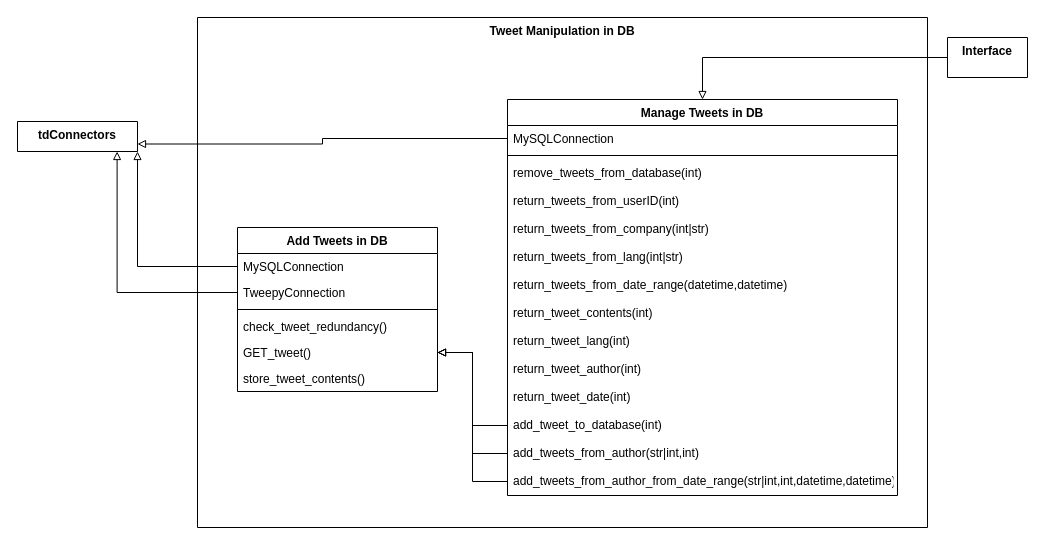
Earlier version of the draw.io diagram page "TweetManipClass" (6 of 11) of uml/architecture.drawio (agarcia169/4306-Donaldson-Project). Source tidied: cells renumbered, new cells numbered last; positions are measured from the earlier drawing's top-left corner, leaving out a move shared by most shapes. Both pictures are drawn from the tidied source at 100%, with x=0, y=0 at pixel (17, 17).
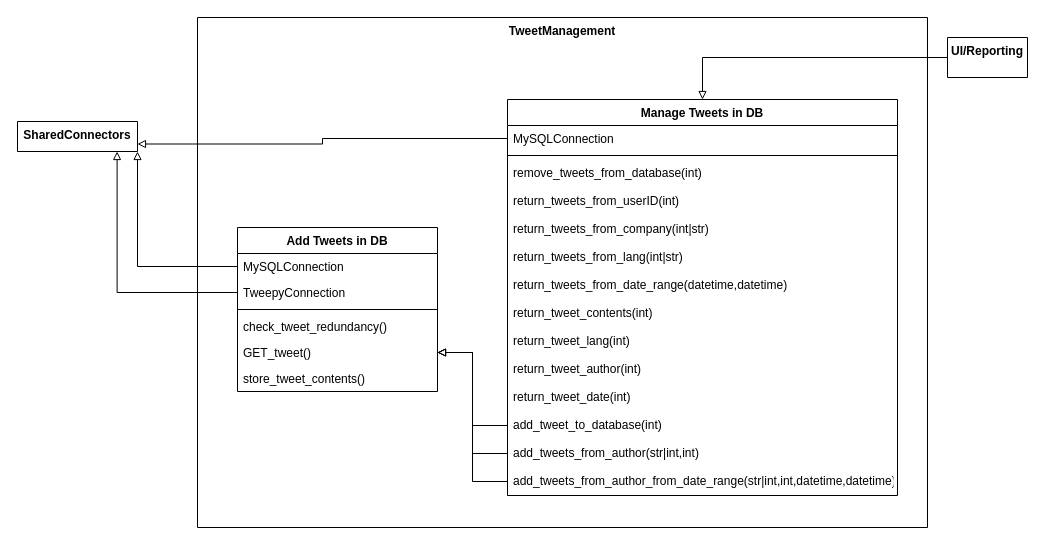
The same diagram, later.

What changed in the source:
```diff
@@
-    <mxCell id="2" value="Interface" style="swimlane;startSize=0;verticalAlign=top;" parent="1" vertex="1" collapsed="1">
+    <mxCell id="2" value="UI/Reporting" style="swimlane;startSize=0;verticalAlign=top;" parent="1" vertex="1" collapsed="1">
       <mxGeometry x="930" y="20" width="80" height="40" as="geometry" />
     </mxCell>
-    <mxCell id="3" value="tdConnectors" style="swimlane;startSize=0;verticalAlign=top;points=[[0,0,0,0,0],[0,0.25,0,0,0],[0,0.5,0,0,0],[0,0.75,0,0,0],[0,1,0,0,0],[0.17,1,0,0,0],[0.25,0,0,0,0],[0.33,1,0,0,0],[0.5,0,0,0,0],[0.5,1,0,0,0],[0.67,1,0,0,0],[0.75,0,0,0,0],[0.83,1,0,0,0],[1,0,0,0,0],[1,0.25,0,0,0],[1,0.5,0,0,0],[1,0.75,0,0,0],[1,1,0,0,0]];" parent="1" vertex="1" collapsed="1">
+    <mxCell id="3" value="SharedConnectors" style="swimlane;startSize=0;verticalAlign=top;points=[[0,0,0,0,0],[0,0.25,0,0,0],[0,0.5,0,0,0],[0,0.75,0,0,0],[0,1,0,0,0],[0.17,1,0,0,0],[0.25,0,0,0,0],[0.33,1,0,0,0],[0.5,0,0,0,0],[0.5,1,0,0,0],[0.67,1,0,0,0],[0.75,0,0,0,0],[0.83,1,0,0,0],[1,0,0,0,0],[1,0.25,0,0,0],[1,0.5,0,0,0],[1,0.75,0,0,0],[1,1,0,0,0]];" parent="1" vertex="1" collapsed="1">
       <mxGeometry y="104" width="120" height="30" as="geometry" />
     </mxCell>
-    <mxCell id="4" value="Tweet Manipulation in DB" style="swimlane;startSize=0;verticalAlign=top;whiteSpace=wrap;" parent="1" vertex="1">
+    <mxCell id="4" value="TweetManagement" style="swimlane;startSize=0;verticalAlign=top;whiteSpace=wrap;" parent="1" vertex="1">
       <mxGeometry x="180" width="730" height="510" as="geometry" />
     </mxCell>
```
